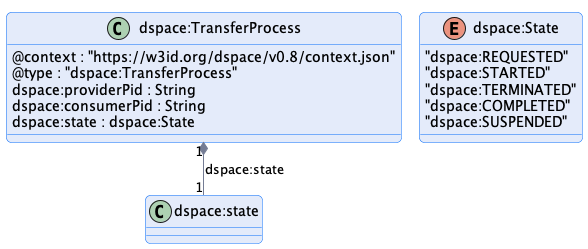
Above: transfer/message/diagram/transfer-process.png in International-Data-Spaces-Association/ids-specification (PlantUML), before the change.
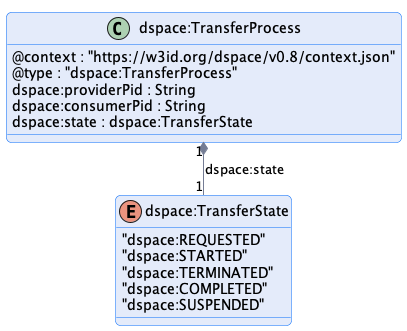
After the commit.

Commit message:
fix enum negotiationstate and transferstate enum names

Diff of the diagram source:
```diff
@@ -11,11 +11,11 @@
     @type : "dspace:TransferProcess"
     dspace:providerPid : String
     dspace:consumerPid : String
-    dspace:state : dspace:State
+    dspace:state : dspace:TransferState
 }
 
 
-enum dspace:State {
+enum dspace:TransferState {
     "dspace:REQUESTED"
     "dspace:STARTED"
     "dspace:TERMINATED"
@@ -23,6 +23,6 @@
     "dspace:SUSPENDED"
 }
 
-"dspace:TransferProcess" "1" *-- "1" "dspace:state" : "dspace:state"
+"dspace:TransferProcess" "1" *-- "1" "dspace:TransferState" : "dspace:state"
 
 @enduml
```
